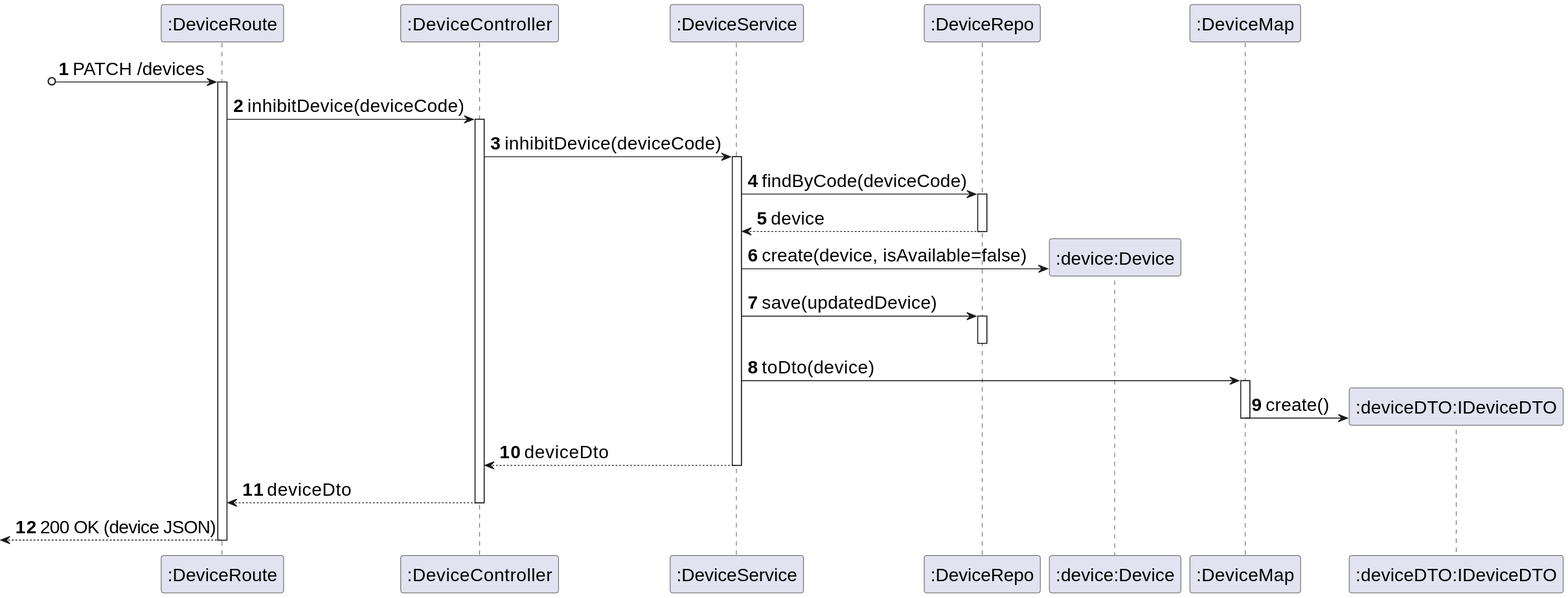
The PlantUML diagram _wiki/sprint-a/us20-370/views/level-3/assets/process-view.svg in miseEnPlace-dev/lapr5, before a commit.
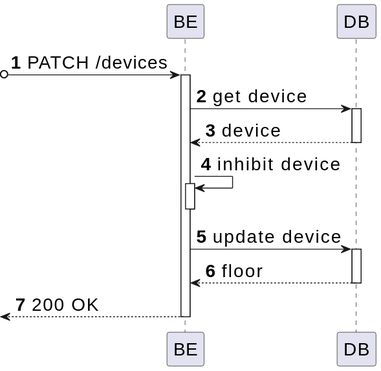
Above is the later version.

What changed in the source:
```diff
@@ -1,36 +1,25 @@
 @startuml
 skinparamlocked defaultFontSize 20
 autonumber
-participant route as ":DeviceRoute"
-participant controller as ":DeviceController"
-participant service as ":DeviceService"
-participant device_repo as ":DeviceRepo"
-participant device as ":device:Device"
-participant map as ":DeviceMap"
-participant dto as ":deviceDTO:IDeviceDTO"
+participant BE as "BE"
+participant DB as "DB"
 
-?o-> route : PATCH /devices
-activate route
-route -> controller : inhibitDevice(deviceCode)
-activate controller
-controller -> service : inhibitDevice(deviceCode)
-activate service
-service -> device_repo : findByCode(deviceCode)
-activate device_repo
-service <-- device_repo : device
-deactivate device_repo
-service -> device** : create(device, isAvailable=false)
-service -> device_repo : save(updatedDevice)
-activate device_repo
-deactivate device_repo
-service -> map : toDto(device)
-activate map
-map -> dto** : create()
-deactivate map
-service --> controller : deviceDto
-deactivate service
-controller --> route : deviceDto
-deactivate controller
-<-- route : 200 OK (device JSON)
-deactivate route
+?o-> BE :  PATCH /devices
+activate BE
+
+BE -> DB : get device
+activate DB
+DB --> BE : device
+deactivate DB
+
+BE -> BE : inhibit device
+activate BE
+deactivate BE
+BE -> DB : update device
+activate DB
+DB --> BE : floor
+deactivate DB
+
+<-- BE : 200 OK
+deactivate BE
 @enduml
```
